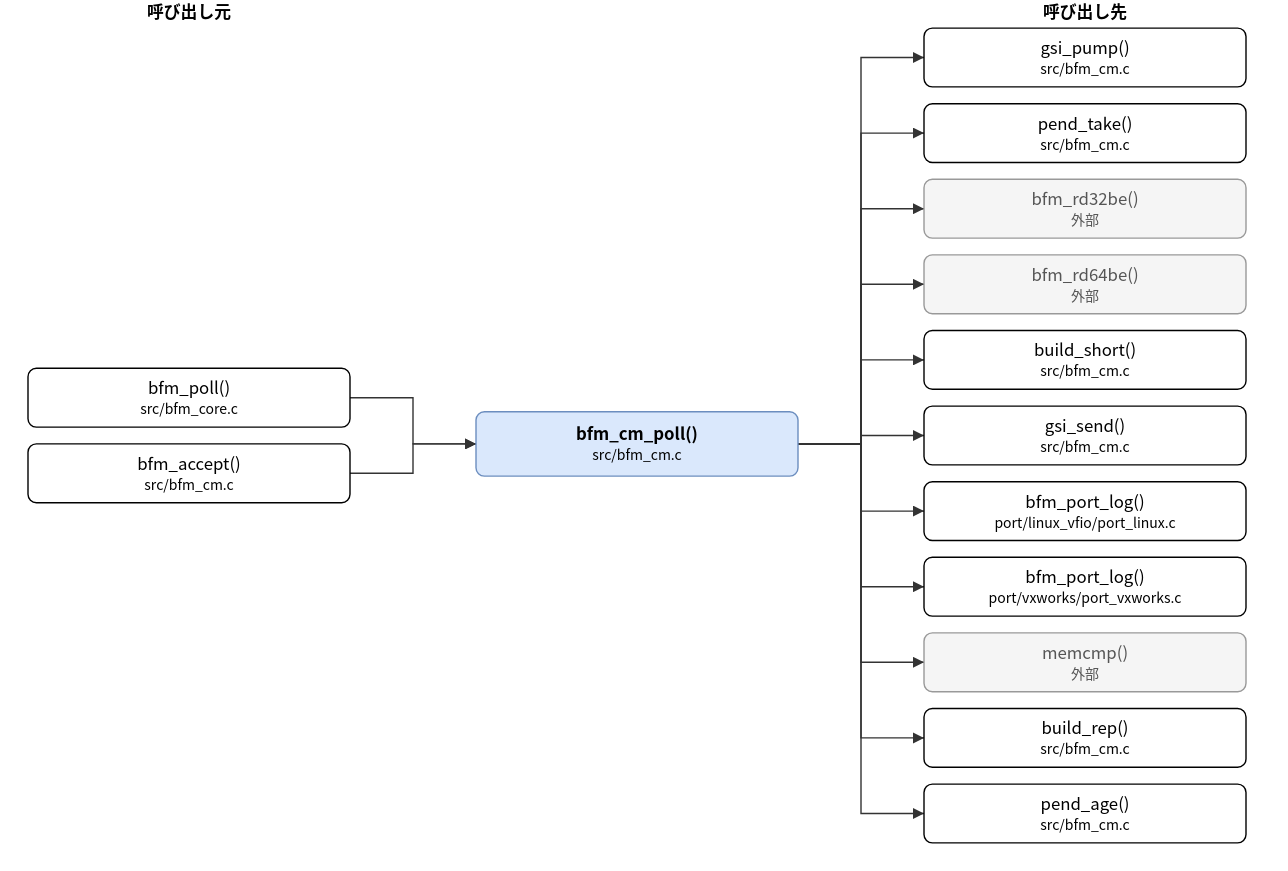
This is doc/spec/images/call_src_bfm_cm__bfm_cm_poll.drawio.svg from hf355051012-ai/bfmem, a draw.io export, as it was before one commit. Source tidied: cells renumbered, new cells last; positions are measured from the earlier drawing's top-left corner, leaving out a move shared by most shapes.
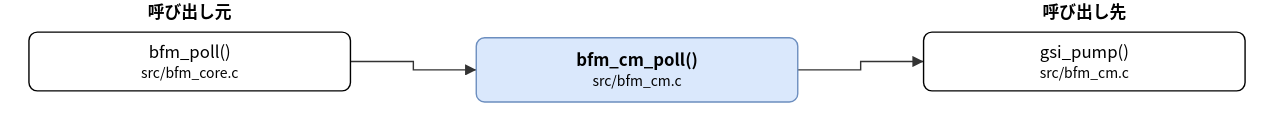
After the change.

Change to the diagram source:
```diff
@@ -3,151 +3,30 @@
     <mxCell id="0" />
     <mxCell id="1" parent="0" />
     <mxCell id="2" value="bfm_cm_poll()&lt;br&gt;&lt;font style=&quot;font-size:10px&quot;&gt;src/bfm_cm.c&lt;/font&gt;" style="rounded=1;whiteSpace=wrap;html=1;fillColor=#dae8fc;strokeColor=#6c8ebf;fontStyle=1;" parent="1" vertex="1">
-      <mxGeometry x="320" y="294" width="230" height="46" as="geometry" />
+      <mxGeometry x="320" y="27" width="230" height="46" as="geometry" />
     </mxCell>
     <mxCell id="3" value="bfm_poll()&lt;br&gt;&lt;font style=&quot;font-size:10px&quot;&gt;src/bfm_core.c&lt;/font&gt;" style="rounded=1;whiteSpace=wrap;html=1;" parent="1" vertex="1">
-      <mxGeometry y="263" width="230" height="42" as="geometry" />
+      <mxGeometry y="23" width="230" height="42" as="geometry" />
     </mxCell>
-    <mxCell id="4" value="bfm_accept()&lt;br&gt;&lt;font style=&quot;font-size:10px&quot;&gt;src/bfm_cm.c&lt;/font&gt;" style="rounded=1;whiteSpace=wrap;html=1;" parent="1" vertex="1">
-      <mxGeometry y="317" width="230" height="42" as="geometry" />
-    </mxCell>
     <mxCell id="5" value="gsi_pump()&lt;br&gt;&lt;font style=&quot;font-size:10px&quot;&gt;src/bfm_cm.c&lt;/font&gt;" style="rounded=1;whiteSpace=wrap;html=1;" parent="1" vertex="1">
-      <mxGeometry x="640" y="20" width="230" height="42" as="geometry" />
+      <mxGeometry x="640" y="23" width="230" height="42" as="geometry" />
     </mxCell>
-    <mxCell id="6" value="pend_take()&lt;br&gt;&lt;font style=&quot;font-size:10px&quot;&gt;src/bfm_cm.c&lt;/font&gt;" style="rounded=1;whiteSpace=wrap;html=1;" parent="1" vertex="1">
-      <mxGeometry x="640" y="74" width="230" height="42" as="geometry" />
-    </mxCell>
-    <mxCell id="7" value="bfm_rd32be()&lt;br&gt;&lt;font style=&quot;font-size:10px&quot;&gt;外部&lt;/font&gt;" style="rounded=1;whiteSpace=wrap;html=1;fillColor=#f5f5f5;strokeColor=#999999;fontColor=#555555;" parent="1" vertex="1">
-      <mxGeometry x="640" y="128" width="230" height="42" as="geometry" />
-    </mxCell>
-    <mxCell id="8" value="bfm_rd64be()&lt;br&gt;&lt;font style=&quot;font-size:10px&quot;&gt;外部&lt;/font&gt;" style="rounded=1;whiteSpace=wrap;html=1;fillColor=#f5f5f5;strokeColor=#999999;fontColor=#555555;" parent="1" vertex="1">
-      <mxGeometry x="640" y="182" width="230" height="42" as="geometry" />
-    </mxCell>
-    <mxCell id="9" value="build_short()&lt;br&gt;&lt;font style=&quot;font-size:10px&quot;&gt;src/bfm_cm.c&lt;/font&gt;" style="rounded=1;whiteSpace=wrap;html=1;" parent="1" vertex="1">
-      <mxGeometry x="640" y="236" width="230" height="42" as="geometry" />
-    </mxCell>
-    <mxCell id="10" value="gsi_send()&lt;br&gt;&lt;font style=&quot;font-size:10px&quot;&gt;src/bfm_cm.c&lt;/font&gt;" style="rounded=1;whiteSpace=wrap;html=1;" parent="1" vertex="1">
-      <mxGeometry x="640" y="290" width="230" height="42" as="geometry" />
-    </mxCell>
-    <mxCell id="11" value="bfm_port_log()&lt;br&gt;&lt;font style=&quot;font-size:10px&quot;&gt;port/linux_vfio/port_linux.c&lt;/font&gt;" style="rounded=1;whiteSpace=wrap;html=1;" parent="1" vertex="1">
-      <mxGeometry x="640" y="344" width="230" height="42" as="geometry" />
-    </mxCell>
-    <mxCell id="12" value="bfm_port_log()&lt;br&gt;&lt;font style=&quot;font-size:10px&quot;&gt;port/vxworks/port_vxworks.c&lt;/font&gt;" style="rounded=1;whiteSpace=wrap;html=1;" parent="1" vertex="1">
-      <mxGeometry x="640" y="398" width="230" height="42" as="geometry" />
-    </mxCell>
-    <mxCell id="13" value="memcmp()&lt;br&gt;&lt;font style=&quot;font-size:10px&quot;&gt;外部&lt;/font&gt;" style="rounded=1;whiteSpace=wrap;html=1;fillColor=#f5f5f5;strokeColor=#999999;fontColor=#555555;" parent="1" vertex="1">
-      <mxGeometry x="640" y="452" width="230" height="42" as="geometry" />
-    </mxCell>
-    <mxCell id="14" value="build_rep()&lt;br&gt;&lt;font style=&quot;font-size:10px&quot;&gt;src/bfm_cm.c&lt;/font&gt;" style="rounded=1;whiteSpace=wrap;html=1;" parent="1" vertex="1">
-      <mxGeometry x="640" y="506" width="230" height="42" as="geometry" />
-    </mxCell>
-    <mxCell id="15" value="pend_age()&lt;br&gt;&lt;font style=&quot;font-size:10px&quot;&gt;src/bfm_cm.c&lt;/font&gt;" style="rounded=1;whiteSpace=wrap;html=1;" parent="1" vertex="1">
-      <mxGeometry x="640" y="560" width="230" height="42" as="geometry" />
-    </mxCell>
     <mxCell id="16" style="edgeStyle=none;html=1;rounded=0;endArrow=block;endFill=1;exitX=1.0000;exitY=0.5000;exitDx=0;exitDy=0;exitPerimeter=0;entryX=0.0000;entryY=0.5000;entryDx=0;entryDy=0;entryPerimeter=0;" parent="1" edge="1" source="3" target="2">
       <mxGeometry relative="1" as="geometry">
         <Array as="points">
-          <mxPoint x="275" y="284" />
-          <mxPoint x="275" y="317" />
+          <mxPoint x="275" y="44" />
+          <mxPoint x="275" y="50" />
         </Array>
       </mxGeometry>
     </mxCell>
-    <mxCell id="17" style="edgeStyle=none;html=1;rounded=0;endArrow=block;endFill=1;exitX=1.0000;exitY=0.5000;exitDx=0;exitDy=0;exitPerimeter=0;entryX=0.0000;entryY=0.5000;entryDx=0;entryDy=0;entryPerimeter=0;" parent="1" edge="1" source="4" target="2">
+    <mxCell id="17" style="edgeStyle=none;html=1;rounded=0;endArrow=block;endFill=1;exitX=1.0000;exitY=0.5000;exitDx=0;exitDy=0;exitPerimeter=0;entryX=0.0000;entryY=0.5000;entryDx=0;entryDy=0;entryPerimeter=0;" parent="1" edge="1" source="2" target="5">
       <mxGeometry relative="1" as="geometry">
         <Array as="points">
-          <mxPoint x="275" y="338" />
-          <mxPoint x="275" y="317" />
+          <mxPoint x="595" y="50" />
+          <mxPoint x="595" y="44" />
         </Array>
       </mxGeometry>
     </mxCell>
-    <mxCell id="18" style="edgeStyle=none;html=1;rounded=0;endArrow=block;endFill=1;exitX=1.0000;exitY=0.5000;exitDx=0;exitDy=0;exitPerimeter=0;entryX=0.0000;entryY=0.5000;entryDx=0;entryDy=0;entryPerimeter=0;" parent="1" edge="1" source="2" target="5">
-      <mxGeometry relative="1" as="geometry">
-        <Array as="points">
-          <mxPoint x="595" y="317" />
-          <mxPoint x="595" y="41" />
-        </Array>
-      </mxGeometry>
-    </mxCell>
-    <mxCell id="19" style="edgeStyle=none;html=1;rounded=0;endArrow=block;endFill=1;exitX=1.0000;exitY=0.5000;exitDx=0;exitDy=0;exitPerimeter=0;entryX=0.0000;entryY=0.5000;entryDx=0;entryDy=0;entryPerimeter=0;" parent="1" edge="1" source="2" target="6">
-      <mxGeometry relative="1" as="geometry">
-        <Array as="points">
-          <mxPoint x="595" y="317" />
-          <mxPoint x="595" y="95" />
-        </Array>
-      </mxGeometry>
-    </mxCell>
-    <mxCell id="20" style="edgeStyle=none;html=1;rounded=0;endArrow=block;endFill=1;exitX=1.0000;exitY=0.5000;exitDx=0;exitDy=0;exitPerimeter=0;entryX=0.0000;entryY=0.5000;entryDx=0;entryDy=0;entryPerimeter=0;" parent="1" edge="1" source="2" target="7">
-      <mxGeometry relative="1" as="geometry">
-        <Array as="points">
-          <mxPoint x="595" y="317" />
-          <mxPoint x="595" y="149" />
-        </Array>
-      </mxGeometry>
-    </mxCell>
-    <mxCell id="21" style="edgeStyle=none;html=1;rounded=0;endArrow=block;endFill=1;exitX=1.0000;exitY=0.5000;exitDx=0;exitDy=0;exitPerimeter=0;entryX=0.0000;entryY=0.5000;entryDx=0;entryDy=0;entryPerimeter=0;" parent="1" edge="1" source="2" target="8">
-      <mxGeometry relative="1" as="geometry">
-        <Array as="points">
-          <mxPoint x="595" y="317" />
-          <mxPoint x="595" y="203" />
-        </Array>
-      </mxGeometry>
-    </mxCell>
-    <mxCell id="22" style="edgeStyle=none;html=1;rounded=0;endArrow=block;endFill=1;exitX=1.0000;exitY=0.5000;exitDx=0;exitDy=0;exitPerimeter=0;entryX=0.0000;entryY=0.5000;entryDx=0;entryDy=0;entryPerimeter=0;" parent="1" edge="1" source="2" target="9">
-      <mxGeometry relative="1" as="geometry">
-        <Array as="points">
-          <mxPoint x="595" y="317" />
-          <mxPoint x="595" y="257" />
-        </Array>
-      </mxGeometry>
-    </mxCell>
-    <mxCell id="23" style="edgeStyle=none;html=1;rounded=0;endArrow=block;endFill=1;exitX=1.0000;exitY=0.5000;exitDx=0;exitDy=0;exitPerimeter=0;entryX=0.0000;entryY=0.5000;entryDx=0;entryDy=0;entryPerimeter=0;" parent="1" edge="1" source="2" target="10">
-      <mxGeometry relative="1" as="geometry">
-        <Array as="points">
-          <mxPoint x="595" y="317" />
-          <mxPoint x="595" y="311" />
-        </Array>
-      </mxGeometry>
-    </mxCell>
-    <mxCell id="24" style="edgeStyle=none;html=1;rounded=0;endArrow=block;endFill=1;exitX=1.0000;exitY=0.5000;exitDx=0;exitDy=0;exitPerimeter=0;entryX=0.0000;entryY=0.5000;entryDx=0;entryDy=0;entryPerimeter=0;" parent="1" edge="1" source="2" target="11">
-      <mxGeometry relative="1" as="geometry">
-        <Array as="points">
-          <mxPoint x="595" y="317" />
-          <mxPoint x="595" y="365" />
-        </Array>
-      </mxGeometry>
-    </mxCell>
-    <mxCell id="25" style="edgeStyle=none;html=1;rounded=0;endArrow=block;endFill=1;exitX=1.0000;exitY=0.5000;exitDx=0;exitDy=0;exitPerimeter=0;entryX=0.0000;entryY=0.5000;entryDx=0;entryDy=0;entryPerimeter=0;" parent="1" edge="1" source="2" target="12">
-      <mxGeometry relative="1" as="geometry">
-        <Array as="points">
-          <mxPoint x="595" y="317" />
-          <mxPoint x="595" y="419" />
-        </Array>
-      </mxGeometry>
-    </mxCell>
-    <mxCell id="26" style="edgeStyle=none;html=1;rounded=0;endArrow=block;endFill=1;exitX=1.0000;exitY=0.5000;exitDx=0;exitDy=0;exitPerimeter=0;entryX=0.0000;entryY=0.5000;entryDx=0;entryDy=0;entryPerimeter=0;" parent="1" edge="1" source="2" target="13">
-      <mxGeometry relative="1" as="geometry">
-        <Array as="points">
-          <mxPoint x="595" y="317" />
-          <mxPoint x="595" y="473" />
-        </Array>
-      </mxGeometry>
-    </mxCell>
-    <mxCell id="27" style="edgeStyle=none;html=1;rounded=0;endArrow=block;endFill=1;exitX=1.0000;exitY=0.5000;exitDx=0;exitDy=0;exitPerimeter=0;entryX=0.0000;entryY=0.5000;entryDx=0;entryDy=0;entryPerimeter=0;" parent="1" edge="1" source="2" target="14">
-      <mxGeometry relative="1" as="geometry">
-        <Array as="points">
-          <mxPoint x="595" y="317" />
-          <mxPoint x="595" y="527" />
-        </Array>
-      </mxGeometry>
-    </mxCell>
-    <mxCell id="28" style="edgeStyle=none;html=1;rounded=0;endArrow=block;endFill=1;exitX=1.0000;exitY=0.5000;exitDx=0;exitDy=0;exitPerimeter=0;entryX=0.0000;entryY=0.5000;entryDx=0;entryDy=0;entryPerimeter=0;" parent="1" edge="1" source="2" target="15">
-      <mxGeometry relative="1" as="geometry">
-        <Array as="points">
-          <mxPoint x="595" y="317" />
-          <mxPoint x="595" y="581" />
-        </Array>
-      </mxGeometry>
-    </mxCell>
     <mxCell id="29" value="呼び出し元" style="text;html=1;align=center;fontStyle=1;" parent="1" vertex="1">
       <mxGeometry x="35" width="160" height="18" as="geometry" />
     </mxCell>
```
